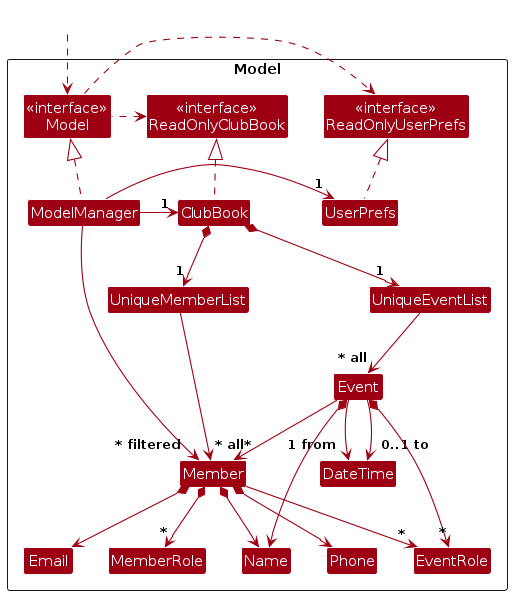
Above: diagrams/ModelClassDiagram.png in AY2526S1-CS2103T-T11-3/tp (PlantUML), before the change. Its source is kept beside it as diagrams/ModelClassDiagram.puml.
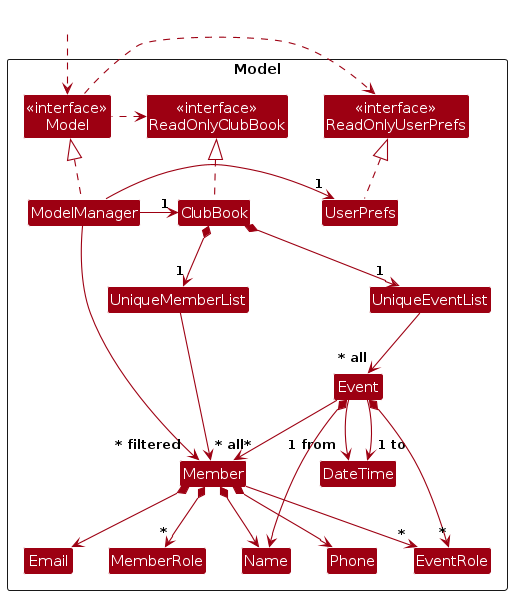
Later version of the same file.

What changed in the source:
```diff
@@ -55,7 +55,7 @@
 Event *--> Name
 Event --> "*" Member
 Event --> "1 from" DateTime
-Event --> "0..1 to" DateTime
+Event --> "1 to" DateTime
 Event *--> "*" EventRole
 
 DateTime -[hidden]right-> Phone
```
